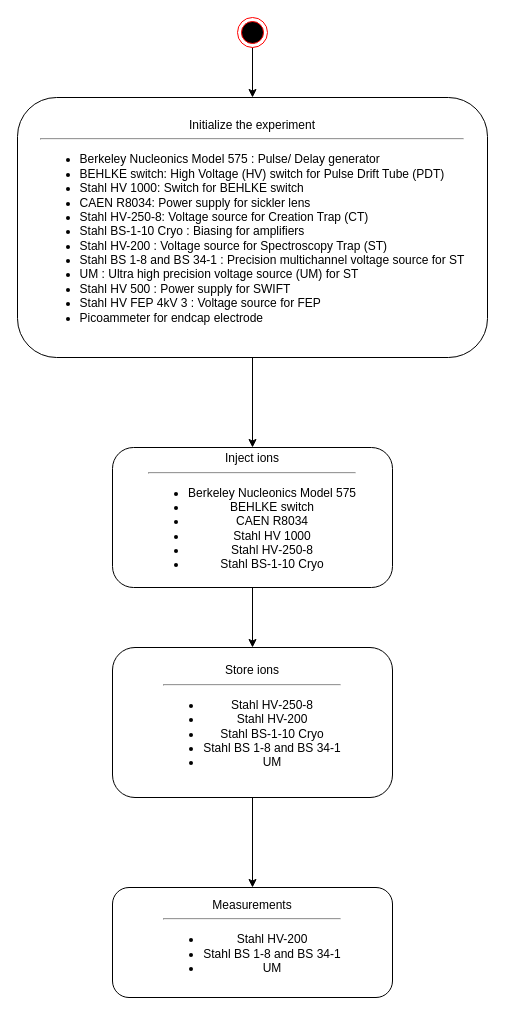
Before: flowchart_main.drawio in admin-ARTEMIS/ARTEMIS, a draw.io diagram. Source tidied: cells renumbered, new cells numbered last; positions are measured from the earlier drawing's top-left corner, leaving out a move shared by most shapes. Both pictures are drawn from the tidied source at 100%, with x=0, y=0 at pixel (17, 17).
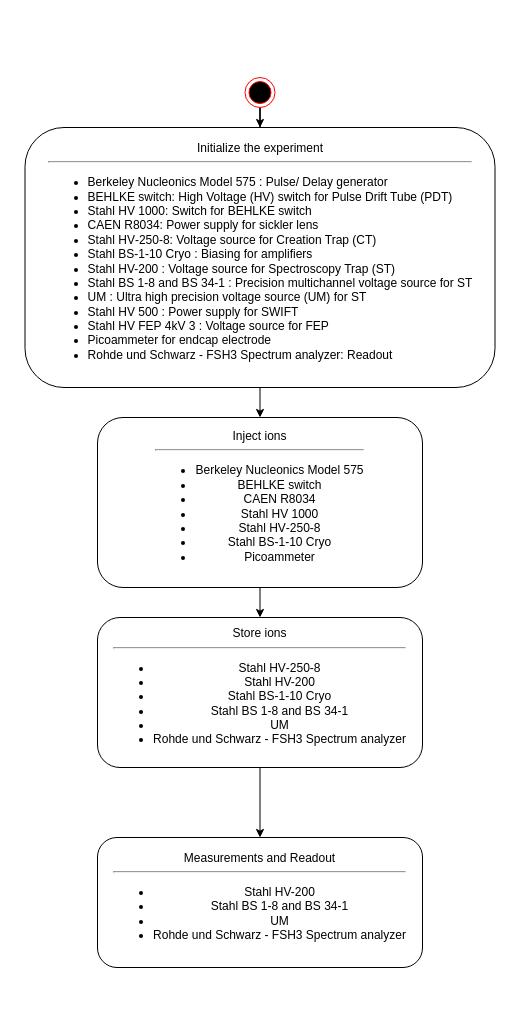
After the change.

What changed in the source:
```diff
@@
 <mxGraphModel>
   <root>
     <mxCell id="0" />
     <mxCell id="1" parent="0" />
     <mxCell id="2" style="edgeStyle=orthogonalEdgeStyle;rounded=0;jettySize=auto;html=1;exitX=0.5;exitY=1;exitDx=0;exitDy=0;entryX=0.5;entryY=0;entryDx=0;entryDy=0;" parent="1" edge="1" source="3" target="7">
       <mxGeometry relative="1" as="geometry" />
     </mxCell>
-    <mxCell id="3" value="&lt;div&gt;Initialize the experiment&lt;/div&gt;&lt;div&gt;&lt;hr&gt;&lt;ul&gt;&lt;li style=&quot;text-align: left;&quot;&gt;&lt;span style=&quot;background-color: transparent;&quot;&gt;Berkeley Nucleonics Model 575 : Pulse/ Delay generator&lt;/span&gt;&lt;/li&gt;&lt;li style=&quot;text-align: left;&quot;&gt;BEHLKE switch: High Voltage (HV) switch for Pulse Drift Tube (PDT)&lt;/li&gt;&lt;li style=&quot;text-align: left;&quot;&gt;&lt;span style=&quot;background-color: transparent;&quot;&gt;Stahl HV 1000:&amp;nbsp;&lt;/span&gt;Switch for BEHLKE switch&lt;/li&gt;&lt;li style=&quot;text-align: left;&quot;&gt;CAEN R8034: Power supply for sickler lens&lt;/li&gt;&lt;li style=&quot;text-align: left;&quot;&gt;&lt;span style=&quot;background-color: transparent; color: light-dark(rgb(0, 0, 0), rgb(255, 255, 255));&quot;&gt;Stahl HV‐250‐8: Voltage source for Creation Trap (CT)&lt;/span&gt;&lt;/li&gt;&lt;li style=&quot;text-align: left;&quot;&gt;Stahl BS-1-10 Cryo :&amp;nbsp;Biasing for amplifiers&lt;/li&gt;&lt;span style=&quot;background-color: transparent;&quot;&gt;&lt;/span&gt;&lt;li style=&quot;text-align: left;&quot;&gt;Stahl HV-200 : Voltage source for Spectroscopy Trap (ST)&lt;/li&gt;&lt;li style=&quot;text-align: left;&quot;&gt;Stahl BS 1-8 and BS 34-1 :&amp;nbsp;Precision multichannel voltage source for ST&lt;/li&gt;&lt;li style=&quot;text-align: left;&quot;&gt;UM : Ultra high precision voltage source (UM) for ST&lt;/li&gt;&lt;li style=&quot;text-align: left;&quot;&gt;Stahl HV 500 :&amp;nbsp;Power supply for SWIFT&lt;/li&gt;&lt;li style=&quot;text-align: left;&quot;&gt;&lt;span style=&quot;background-color: transparent; color: light-dark(rgb(0, 0, 0), rgb(255, 255, 255));&quot;&gt;Stahl HV FEP 4kV 3 :&amp;nbsp;&lt;/span&gt;Voltage source for FEP&lt;/li&gt;&lt;li style=&quot;text-align: left;&quot;&gt;Picoammeter for endcap electrode&lt;/li&gt;&lt;/ul&gt;&lt;/div&gt;" style="rounded=1;whiteSpace=wrap;html=1;" parent="1" vertex="1">
-      <mxGeometry y="80" width="470" height="260" as="geometry" />
+    <mxCell id="3" value="&lt;div&gt;Initialize the experiment&lt;/div&gt;&lt;div&gt;&lt;hr&gt;&lt;ul&gt;&lt;li style=&quot;text-align: left;&quot;&gt;&lt;span style=&quot;background-color: transparent;&quot;&gt;Berkeley Nucleonics Model 575 : Pulse/ Delay generator&lt;/span&gt;&lt;/li&gt;&lt;li style=&quot;text-align: left;&quot;&gt;BEHLKE switch: High Voltage (HV) switch for Pulse Drift Tube (PDT)&lt;/li&gt;&lt;li style=&quot;text-align: left;&quot;&gt;&lt;span style=&quot;background-color: transparent;&quot;&gt;Stahl HV 1000:&amp;nbsp;&lt;/span&gt;Switch for BEHLKE switch&lt;/li&gt;&lt;li style=&quot;text-align: left;&quot;&gt;CAEN R8034: Power supply for sickler lens&lt;/li&gt;&lt;li style=&quot;text-align: left;&quot;&gt;&lt;span style=&quot;background-color: transparent; color: light-dark(rgb(0, 0, 0), rgb(255, 255, 255));&quot;&gt;Stahl HV‐250‐8: Voltage source for Creation Trap (CT)&lt;/span&gt;&lt;/li&gt;&lt;li style=&quot;text-align: left;&quot;&gt;Stahl BS-1-10 Cryo :&amp;nbsp;Biasing for amplifiers&lt;/li&gt;&lt;span style=&quot;background-color: transparent;&quot;&gt;&lt;/span&gt;&lt;li style=&quot;text-align: left;&quot;&gt;Stahl HV-200 : Voltage source for Spectroscopy Trap (ST)&lt;/li&gt;&lt;li style=&quot;text-align: left;&quot;&gt;Stahl BS 1-8 and BS 34-1 :&amp;nbsp;Precision multichannel voltage source for ST&lt;/li&gt;&lt;li style=&quot;text-align: left;&quot;&gt;UM : Ultra high precision voltage source (UM) for ST&lt;/li&gt;&lt;li style=&quot;text-align: left;&quot;&gt;Stahl HV 500 :&amp;nbsp;Power supply for SWIFT&lt;/li&gt;&lt;li style=&quot;text-align: left;&quot;&gt;&lt;span style=&quot;background-color: transparent; color: light-dark(rgb(0, 0, 0), rgb(255, 255, 255));&quot;&gt;Stahl HV FEP 4kV 3 :&amp;nbsp;&lt;/span&gt;Voltage source for FEP&lt;/li&gt;&lt;li style=&quot;text-align: left;&quot;&gt;Picoammeter for endcap electrode&lt;/li&gt;&lt;li style=&quot;text-align: left;&quot;&gt;Rohde und Schwarz - FSH3 Spectrum analyzer: Readout&lt;br&gt;&lt;/li&gt;&lt;/ul&gt;&lt;/div&gt;" style="rounded=1;whiteSpace=wrap;html=1;" parent="1" vertex="1">
+      <mxGeometry x="7.5" y="110" width="470" height="260" as="geometry" />
     </mxCell>
     <mxCell id="4" style="edgeStyle=orthogonalEdgeStyle;rounded=0;jettySize=auto;html=1;" parent="1" edge="1" source="5" target="3">
       <mxGeometry relative="1" as="geometry" />
     </mxCell>
     <mxCell id="5" style="ellipse;html=1;shape=endState;fillColor=#000000;strokeColor=#ff0000;" parent="1" vertex="1">
-      <mxGeometry x="220" width="30" height="30" as="geometry" />
+      <mxGeometry x="227.5" y="60" width="30" height="30" as="geometry" />
     </mxCell>
     <mxCell id="6" style="edgeStyle=orthogonalEdgeStyle;rounded=0;jettySize=auto;html=1;exitX=0.5;exitY=1;exitDx=0;exitDy=0;entryX=0.5;entryY=0;entryDx=0;entryDy=0;" parent="1" edge="1" source="7" target="9">
       <mxGeometry relative="1" as="geometry" />
     </mxCell>
-    <mxCell id="7" value="&lt;div&gt;Inject ions&lt;/div&gt;&lt;div&gt;&lt;hr&gt;&lt;div align=&quot;center&quot;&gt;&lt;ul&gt;&lt;li&gt;&lt;span style=&quot;background-color: transparent;&quot;&gt;Berkeley Nucleonics Model 575&lt;/span&gt;&lt;/li&gt;&lt;li&gt;&lt;span style=&quot;background-color: transparent;&quot;&gt;&lt;span style=&quot;text-align: left;&quot;&gt;BEHLKE switch&lt;/span&gt;&lt;/span&gt;&lt;/li&gt;&lt;li&gt;&lt;span style=&quot;background-color: transparent;&quot;&gt;CAEN R8034&lt;/span&gt;&lt;/li&gt;&lt;li&gt;&lt;span style=&quot;text-align: left;&quot;&gt;Stahl HV 1000&lt;/span&gt;&lt;/li&gt;&lt;li&gt;Stahl HV‐250‐8&lt;/li&gt;&lt;li&gt;&lt;span style=&quot;text-align: left;&quot;&gt;Stahl BS-1-10 Cryo&lt;/span&gt;&lt;/li&gt;&lt;/ul&gt;&lt;/div&gt;&lt;/div&gt;" style="rounded=1;whiteSpace=wrap;html=1;" parent="1" vertex="1">
-      <mxGeometry x="95" y="430" width="280" height="140" as="geometry" />
+    <mxCell id="7" value="&lt;div&gt;Inject ions&lt;/div&gt;&lt;div&gt;&lt;hr&gt;&lt;div align=&quot;center&quot;&gt;&lt;ul&gt;&lt;li&gt;&lt;span style=&quot;background-color: transparent;&quot;&gt;Berkeley Nucleonics Model 575&lt;/span&gt;&lt;/li&gt;&lt;li&gt;&lt;span style=&quot;background-color: transparent;&quot;&gt;&lt;span style=&quot;text-align: left;&quot;&gt;BEHLKE switch&lt;/span&gt;&lt;/span&gt;&lt;/li&gt;&lt;li&gt;&lt;span style=&quot;background-color: transparent;&quot;&gt;CAEN R8034&lt;/span&gt;&lt;/li&gt;&lt;li&gt;&lt;span style=&quot;text-align: left;&quot;&gt;Stahl HV 1000&lt;/span&gt;&lt;/li&gt;&lt;li&gt;Stahl HV‐250‐8&lt;/li&gt;&lt;li&gt;&lt;span style=&quot;text-align: left;&quot;&gt;Stahl BS-1-10 Cryo&lt;/span&gt;&lt;/li&gt;&lt;li&gt;&lt;span style=&quot;text-align: left;&quot;&gt;Picoammeter&lt;br&gt;&lt;/span&gt;&lt;/li&gt;&lt;/ul&gt;&lt;/div&gt;&lt;/div&gt;" style="rounded=1;whiteSpace=wrap;html=1;" parent="1" vertex="1">
+      <mxGeometry x="80" y="400" width="325" height="170" as="geometry" />
     </mxCell>
     <mxCell id="8" style="edgeStyle=orthogonalEdgeStyle;rounded=0;jettySize=auto;html=1;exitX=0.5;exitY=1;exitDx=0;exitDy=0;entryX=0.5;entryY=0;entryDx=0;entryDy=0;" parent="1" edge="1" source="9" target="10">
       <mxGeometry relative="1" as="geometry" />
     </mxCell>
-    <mxCell id="9" value="&lt;div&gt;Store ions&lt;/div&gt;&lt;div&gt;&lt;hr&gt;&lt;div align=&quot;center&quot;&gt;&lt;ul&gt;&lt;li&gt;&lt;span style=&quot;background-color: transparent; color: light-dark(rgb(0, 0, 0), rgb(255, 255, 255));&quot;&gt;&lt;span style=&quot;text-align: left;&quot;&gt;Stahl HV‐250‐8&lt;/span&gt;&lt;/span&gt;&lt;/li&gt;&lt;li&gt;&lt;span style=&quot;background-color: transparent; color: light-dark(rgb(0, 0, 0), rgb(255, 255, 255));&quot;&gt;&lt;span style=&quot;text-align: left;&quot;&gt;Stahl HV-200&lt;/span&gt;&lt;/span&gt;&lt;/li&gt;&lt;li&gt;&lt;span style=&quot;background-color: transparent; color: light-dark(rgb(0, 0, 0), rgb(255, 255, 255));&quot;&gt;Stahl BS-1-10 Cryo&lt;/span&gt;&lt;/li&gt;&lt;li&gt;&lt;span style=&quot;background-color: transparent;&quot;&gt;Stahl BS 1-8 and BS 34-1&lt;/span&gt;&lt;/li&gt;&lt;li&gt;&lt;span style=&quot;background-color: transparent;&quot;&gt;UM&lt;/span&gt;&lt;/li&gt;&lt;/ul&gt;&lt;/div&gt;&lt;/div&gt;" style="rounded=1;whiteSpace=wrap;html=1;" parent="1" vertex="1">
-      <mxGeometry x="95" y="630" width="280" height="150" as="geometry" />
+    <mxCell id="9" value="&lt;div&gt;Store ions&lt;/div&gt;&lt;div&gt;&lt;hr&gt;&lt;div align=&quot;center&quot;&gt;&lt;ul&gt;&lt;li&gt;&lt;span style=&quot;background-color: transparent; color: light-dark(rgb(0, 0, 0), rgb(255, 255, 255));&quot;&gt;&lt;span style=&quot;text-align: left;&quot;&gt;Stahl HV‐250‐8&lt;/span&gt;&lt;/span&gt;&lt;/li&gt;&lt;li&gt;&lt;span style=&quot;background-color: transparent; color: light-dark(rgb(0, 0, 0), rgb(255, 255, 255));&quot;&gt;&lt;span style=&quot;text-align: left;&quot;&gt;Stahl HV-200&lt;/span&gt;&lt;/span&gt;&lt;/li&gt;&lt;li&gt;&lt;span style=&quot;background-color: transparent; color: light-dark(rgb(0, 0, 0), rgb(255, 255, 255));&quot;&gt;Stahl BS-1-10 Cryo&lt;/span&gt;&lt;/li&gt;&lt;li&gt;&lt;span style=&quot;background-color: transparent;&quot;&gt;Stahl BS 1-8 and BS 34-1&lt;/span&gt;&lt;/li&gt;&lt;li&gt;&lt;span style=&quot;background-color: transparent;&quot;&gt;UM&lt;/span&gt;&lt;/li&gt;&lt;li&gt;&lt;span style=&quot;background-color: transparent;&quot;&gt;Rohde und Schwarz - FSH3 Spectrum analyzer&lt;br&gt;&lt;/span&gt;&lt;/li&gt;&lt;/ul&gt;&lt;/div&gt;&lt;/div&gt;" style="rounded=1;whiteSpace=wrap;html=1;" parent="1" vertex="1">
+      <mxGeometry x="80" y="600" width="325" height="150" as="geometry" />
     </mxCell>
-    <mxCell id="10" value="&lt;div&gt;Measurements&lt;/div&gt;&lt;div&gt;&lt;hr&gt;&lt;div align=&quot;center&quot;&gt;&lt;ul&gt;&lt;li&gt;&lt;span style=&quot;background-color: transparent; color: light-dark(rgb(0, 0, 0), rgb(255, 255, 255));&quot;&gt;&lt;span style=&quot;text-align: left;&quot;&gt;Stahl HV-200&lt;/span&gt;&lt;/span&gt;&lt;/li&gt;&lt;li&gt;&lt;span style=&quot;text-align: left;&quot;&gt;Stahl BS 1-8 and BS 34-1&lt;/span&gt;&lt;/li&gt;&lt;li&gt;&lt;span style=&quot;text-align: left;&quot;&gt;UM&lt;/span&gt;&lt;/li&gt;&lt;/ul&gt;&lt;/div&gt;&lt;/div&gt;" style="rounded=1;whiteSpace=wrap;html=1;" parent="1" vertex="1">
-      <mxGeometry x="95" y="870" width="280" height="110" as="geometry" />
+    <mxCell id="10" value="&lt;div&gt;Measurements and Readout&lt;br&gt;&lt;/div&gt;&lt;div&gt;&lt;hr&gt;&lt;div align=&quot;center&quot;&gt;&lt;ul&gt;&lt;li&gt;&lt;span style=&quot;background-color: transparent; color: light-dark(rgb(0, 0, 0), rgb(255, 255, 255));&quot;&gt;&lt;span style=&quot;text-align: left;&quot;&gt;Stahl HV-200&lt;/span&gt;&lt;/span&gt;&lt;/li&gt;&lt;li&gt;&lt;span style=&quot;text-align: left;&quot;&gt;Stahl BS 1-8 and BS 34-1&lt;/span&gt;&lt;/li&gt;&lt;li&gt;&lt;span style=&quot;text-align: left;&quot;&gt;UM&lt;/span&gt;&lt;/li&gt;&lt;li&gt;&lt;span style=&quot;text-align: left;&quot;&gt;Rohde und Schwarz - FSH3 Spectrum analyzer&lt;br&gt;&lt;/span&gt;&lt;/li&gt;&lt;/ul&gt;&lt;/div&gt;&lt;/div&gt;" style="rounded=1;whiteSpace=wrap;html=1;" parent="1" vertex="1">
+      <mxGeometry x="80" y="820" width="325" height="130" as="geometry" />
     </mxCell>
     <mxCell id="11" style="edgeStyle=orthogonalEdgeStyle;rounded=0;orthogonalLoop=1;jettySize=auto;html=1;exitX=0.5;exitY=1;exitDx=0;exitDy=0;" parent="1" edge="1" source="7" target="7">
       <mxGeometry relative="1" as="geometry" />
     </mxCell>
     <mxCell id="12" style="edgeStyle=orthogonalEdgeStyle;rounded=0;orthogonalLoop=1;jettySize=auto;html=1;exitX=0.5;exitY=1;exitDx=0;exitDy=0;" parent="1" edge="1" source="7" target="7">
       <mxGeometry relative="1" as="geometry" />
     </mxCell>
   </root>
 </mxGraphModel>
```
